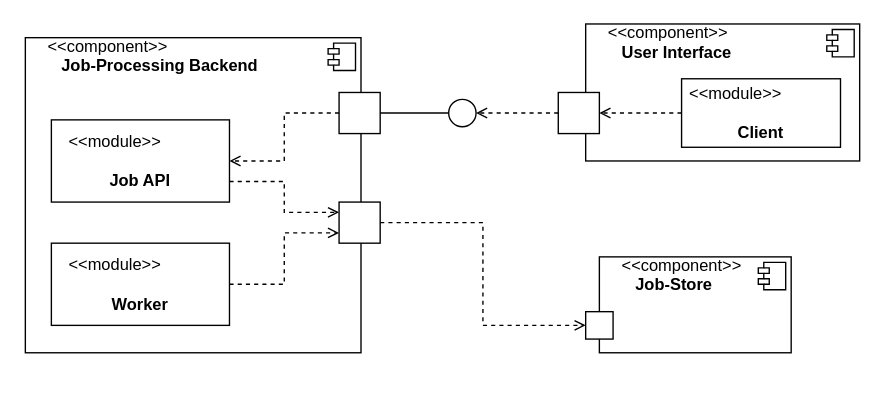
This is Paper/drawio/componentDiagram.drawio from murfei/FaultTolerantJobProcessing, a draw.io file, before an edit. Source tidied: cells renumbered, new cells numbered last; positions are measured from the earlier drawing's top-left corner, leaving out a move shared by most shapes. Both pictures are drawn from the tidied source at 137%, with x=0, y=0 at pixel (25, 23).
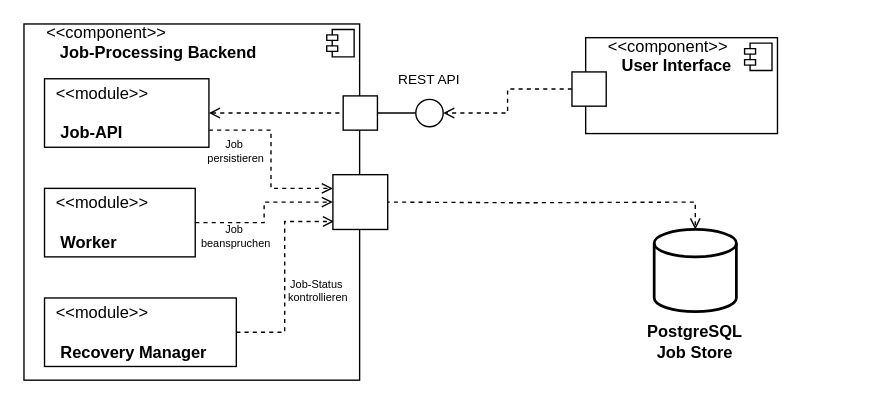
After the change.

Change to the diagram source:
```diff
@@
-    <mxCell id="2" value="&lt;div&gt;&amp;nbsp; &amp;nbsp; &amp;nbsp;&amp;lt;&amp;lt;component&amp;gt;&amp;gt;&lt;/div&gt;&lt;div&gt;&lt;span style=&quot;white-space: pre;&quot;&gt;&#9;&lt;b&gt;User Interface&lt;/b&gt;&#9;&lt;/span&gt;&lt;/div&gt;" style="align=left;overflow=fill;html=1;whiteSpace=wrap;" parent="1" vertex="1">
-      <mxGeometry x="409" width="200" height="100" as="geometry" />
+    <mxCell id="2" value="&lt;div&gt;&amp;nbsp; &amp;nbsp; &amp;nbsp;&amp;lt;&amp;lt;component&amp;gt;&amp;gt;&lt;/div&gt;&lt;div&gt;&lt;span style=&quot;white-space: pre;&quot;&gt;&#9;&lt;b&gt;User Interface&lt;/b&gt;&lt;/span&gt;&lt;/div&gt;" style="align=left;overflow=fill;html=1;whiteSpace=wrap;" parent="1" vertex="1">
+      <mxGeometry x="409" y="10" width="140" height="70" as="geometry" />
     </mxCell>
@@
-    <mxCell id="4" style="edgeStyle=orthogonalEdgeStyle;rounded=0;jettySize=auto;html=1;exitX=0;exitY=0.5;exitDx=0;exitDy=0;entryX=1;entryY=0.5;entryDx=0;entryDy=0;dashed=1;endArrow=open;endFill=0;" parent="1" edge="1" source="5" target="6">
-      <mxGeometry relative="1" as="geometry" />
-    </mxCell>
-    <mxCell id="5" value="&lt;div&gt;&amp;lt;&amp;lt;module&amp;gt;&amp;gt;&amp;nbsp; &amp;nbsp; &amp;nbsp; &amp;nbsp; &amp;nbsp; &amp;nbsp;&lt;/div&gt;&lt;div&gt;&lt;br&gt;&lt;/div&gt;&lt;b&gt;Client&lt;/b&gt;" style="html=1;whiteSpace=wrap;" parent="1" vertex="1">
-      <mxGeometry x="479" y="40" width="116" height="50" as="geometry" />
-    </mxCell>
-    <mxCell id="6" style="fontStyle=0;labelPosition=right;verticalLabelPosition=middle;align=left;verticalAlign=middle;spacingLeft=2;" parent="1" vertex="1">
-      <mxGeometry x="389" y="50" width="30" height="30" as="geometry" />
-    </mxCell>
-    <mxCell id="7" value="&lt;div&gt;&amp;nbsp; &amp;nbsp; &amp;nbsp;&amp;lt;&amp;lt;component&amp;gt;&amp;gt;&lt;/div&gt;&lt;div&gt;&lt;span style=&quot;white-space: pre;&quot;&gt;&#9;&lt;/span&gt;&lt;b&gt;Job-Processing Backend&lt;/b&gt;&lt;/div&gt;" style="align=left;overflow=fill;html=1;whiteSpace=wrap;" parent="1" vertex="1">
-      <mxGeometry y="10" width="245" height="230" as="geometry" />
-    </mxCell>
-    <mxCell id="8" style="shape=component;jettyWidth=8;jettyHeight=4;" parent="7" vertex="1">
-      <mxGeometry x="1" width="20" height="20" relative="1" as="geometry">
-        <mxPoint x="-24" y="4" as="offset" />
-      </mxGeometry>
-    </mxCell>
-    <mxCell id="9" style="html=1;rounded=0;" parent="1" vertex="1">
-      <mxGeometry x="229" y="50" width="30" height="30" as="geometry" />
-    </mxCell>
-    <mxCell id="10" style="endArrow=none;html=1;rounded=0;align=center;verticalAlign=top;endFill=0;labelBackgroundColor=none;endSize=2;" parent="1" edge="1" source="9" target="11">
+    <mxCell id="10" style="endArrow=none;html=1;rounded=0;align=center;verticalAlign=top;endFill=0;labelBackgroundColor=none;endSize=2;exitX=1;exitY=0.5;exitDx=0;exitDy=0;" parent="1" edge="1" source="35" target="11">
       <mxGeometry relative="1" as="geometry" />
     </mxCell>
     <mxCell id="11" style="ellipse;" parent="1" vertex="1">
-      <mxGeometry x="309" y="55" width="20" height="20" as="geometry" />
+      <mxGeometry x="285" y="55" width="20" height="20" as="geometry" />
     </mxCell>
-    <mxCell id="12" style="edgeStyle=orthogonalEdgeStyle;rounded=0;jettySize=auto;html=1;exitX=0;exitY=0.5;exitDx=0;exitDy=0;entryX=1;entryY=0.5;entryDx=0;entryDy=0;dashed=1;endArrow=open;endFill=0;" parent="1" edge="1" source="6" target="11">
+    <mxCell id="12" style="edgeStyle=orthogonalEdgeStyle;rounded=0;jettySize=auto;html=1;exitX=0;exitY=0.5;exitDx=0;exitDy=0;entryX=1;entryY=0.5;entryDx=0;entryDy=0;dashed=1;endArrow=open;endFill=0;" parent="1" edge="1" source="25" target="11">
       <mxGeometry relative="1" as="geometry" />
     </mxCell>
-    <mxCell id="13" value="&lt;div&gt;&amp;lt;&amp;lt;module&amp;gt;&amp;gt;&amp;nbsp; &amp;nbsp; &amp;nbsp; &amp;nbsp; &amp;nbsp; &amp;nbsp;&lt;/div&gt;&lt;div&gt;&lt;br&gt;&lt;/div&gt;&lt;b&gt;Job API&lt;/b&gt;" style="html=1;whiteSpace=wrap;" parent="1" vertex="1">
-      <mxGeometry x="19" y="70" width="130" height="60" as="geometry" />
-    </mxCell>
-    <mxCell id="14" style="edgeStyle=orthogonalEdgeStyle;rounded=0;jettySize=auto;html=1;exitX=0;exitY=0.5;exitDx=0;exitDy=0;entryX=1;entryY=0.5;entryDx=0;entryDy=0;dashed=1;endArrow=open;endFill=0;" parent="1" edge="1" source="9" target="13">
-      <mxGeometry relative="1" as="geometry" />
-    </mxCell>
+    <mxCell id="20" style="edgeStyle=orthogonalEdgeStyle;rounded=0;jettySize=auto;html=1;dashed=1;endArrow=open;endFill=0;entryX=0.5;entryY=0;entryDx=0;entryDy=0;entryPerimeter=0;exitX=1;exitY=0.5;exitDx=0;exitDy=0;" parent="1" edge="1" target="23">
+      <mxGeometry relative="1" as="geometry">
+        <mxPoint x="263" y="130" as="sourcePoint" />
+      </mxGeometry>
+    </mxCell>
+    <mxCell id="23" style="strokeWidth=2;html=1;shape=mxgraph.flowchart.database;whiteSpace=wrap;" parent="1" vertex="1">
+      <mxGeometry x="459" y="150" width="60" height="60" as="geometry" />
+    </mxCell>
+    <mxCell id="24" value="&lt;div&gt;&lt;b&gt;PostgreSQL&lt;/b&gt;&lt;/div&gt;&lt;div&gt;&lt;b&gt;Job Store&lt;/b&gt;&lt;/div&gt;" style="text;html=1;whiteSpace=wrap;strokeColor=none;fillColor=none;align=center;verticalAlign=middle;rounded=0;" parent="1" vertex="1">
+      <mxGeometry x="459" y="217" width="60" height="30" as="geometry" />
+    </mxCell>
+    <mxCell id="25" style="fontStyle=0;labelPosition=right;verticalLabelPosition=middle;align=left;verticalAlign=middle;spacingLeft=2;" parent="1" vertex="1">
+      <mxGeometry x="399" y="35" width="25" height="25" as="geometry" />
+    </mxCell>
+    <mxCell id="26" value="&lt;font style=&quot;font-size: 10px;&quot;&gt;REST API&lt;/font&gt;" style="text;html=1;whiteSpace=wrap;strokeColor=none;fillColor=none;align=center;verticalAlign=middle;rounded=0;" parent="1" vertex="1">
+      <mxGeometry x="265" y="25" width="60" height="30" as="geometry" />
+    </mxCell>
+    <mxCell id="27" style="group;" parent="1" vertex="1">
+      <mxGeometry x="-1" width="270" height="260" as="geometry" />
+    </mxCell>
+    <mxCell id="7" value="&lt;div&gt;&amp;nbsp; &amp;nbsp; &amp;nbsp;&amp;lt;&amp;lt;component&amp;gt;&amp;gt;&lt;/div&gt;&lt;div&gt;&lt;span style=&quot;white-space: pre;&quot;&gt;&#9;&lt;/span&gt;&lt;b&gt;Job-Processing Backend&lt;/b&gt;&lt;/div&gt;" style="align=left;overflow=fill;html=1;whiteSpace=wrap;" parent="27" vertex="1">
+      <mxGeometry width="245" height="260" as="geometry" />
+    </mxCell>
+    <mxCell id="28" style="shape=component;jettyWidth=8;jettyHeight=4;" parent="7" vertex="1">
+      <mxGeometry x="1" width="20" height="20" relative="1" as="geometry">
+        <mxPoint x="-24" y="4" as="offset" />
+      </mxGeometry>
+    </mxCell>
+    <mxCell id="29" style="edgeStyle=orthogonalEdgeStyle;rounded=0;jettySize=auto;html=1;exitX=1;exitY=0.5;exitDx=0;exitDy=0;entryX=0;entryY=0.5;entryDx=0;entryDy=0;startArrow=open;startFill=0;endArrow=none;endFill=0;dashed=1;" parent="27" edge="1" source="31" target="35">
+      <mxGeometry relative="1" as="geometry" />
+    </mxCell>
+    <mxCell id="30" style="edgeStyle=orthogonalEdgeStyle;rounded=0;jettySize=auto;html=1;exitX=1;exitY=0.75;exitDx=0;exitDy=0;entryX=0;entryY=0.25;entryDx=0;entryDy=0;endArrow=open;endFill=0;dashed=1;" parent="27" edge="1" source="31" target="36">
+      <mxGeometry relative="1" as="geometry" />
+    </mxCell>
+    <mxCell id="31" value="&lt;div align=&quot;left&quot;&gt;&amp;nbsp; &amp;lt;&amp;lt;module&amp;gt;&amp;gt;&lt;/div&gt;&lt;div align=&quot;left&quot;&gt;&lt;br&gt;&lt;/div&gt;&lt;div align=&quot;left&quot;&gt;&lt;b&gt;&amp;nbsp; &amp;nbsp;Job-API&lt;/b&gt;&lt;/div&gt;" style="html=1;whiteSpace=wrap;align=left;" parent="27" vertex="1">
+      <mxGeometry x="15" y="40" width="120" height="50" as="geometry" />
+    </mxCell>
+    <mxCell id="32" style="edgeStyle=orthogonalEdgeStyle;rounded=0;jettySize=auto;html=1;exitX=1;exitY=0.5;exitDx=0;exitDy=0;entryX=0;entryY=0.5;entryDx=0;entryDy=0;dashed=1;endArrow=open;endFill=0;" parent="27" edge="1" source="15" target="36">
+      <mxGeometry relative="1" as="geometry" />
+    </mxCell>
-    <mxCell id="15" value="&lt;div&gt;&amp;lt;&amp;lt;module&amp;gt;&amp;gt;&amp;nbsp; &amp;nbsp; &amp;nbsp; &amp;nbsp; &amp;nbsp; &amp;nbsp;&lt;/div&gt;&lt;div&gt;&lt;br&gt;&lt;/div&gt;&lt;b&gt;Worker&lt;/b&gt;" style="html=1;whiteSpace=wrap;" parent="1" vertex="1">
-      <mxGeometry x="19" y="160" width="130" height="60" as="geometry" />
+    <mxCell id="15" value="&lt;div align=&quot;left&quot;&gt;&amp;nbsp; &amp;lt;&amp;lt;module&amp;gt;&amp;gt;&lt;/div&gt;&lt;div align=&quot;left&quot;&gt;&lt;br&gt;&lt;/div&gt;&lt;div align=&quot;left&quot;&gt;&lt;b&gt;&amp;nbsp; &amp;nbsp;Worker&lt;/b&gt;&lt;/div&gt;" style="html=1;whiteSpace=wrap;align=left;" parent="27" vertex="1">
+      <mxGeometry x="15" y="120" width="110" height="50" as="geometry" />
     </mxCell>
-    <mxCell id="16" value="&lt;div&gt;&amp;nbsp; &amp;nbsp; &amp;nbsp;&amp;lt;&amp;lt;component&amp;gt;&amp;gt;&lt;/div&gt;&lt;div&gt;&lt;span style=&quot;white-space: pre;&quot;&gt;&#9;&lt;/span&gt;&lt;b&gt;Job-Store&lt;/b&gt;&lt;/div&gt;" style="align=left;overflow=fill;html=1;whiteSpace=wrap;" parent="1" vertex="1">
-      <mxGeometry x="419" y="170" width="140" height="70" as="geometry" />
-    </mxCell>
-    <mxCell id="17" style="shape=component;jettyWidth=8;jettyHeight=4;" parent="16" vertex="1">
-      <mxGeometry x="1" width="20" height="20" relative="1" as="geometry">
-        <mxPoint x="-24" y="4" as="offset" />
-      </mxGeometry>
-    </mxCell>
-    <mxCell id="18" style="html=1;rounded=0;" parent="1" vertex="1">
-      <mxGeometry x="409" y="210" width="20" height="20" as="geometry" />
-    </mxCell>
-    <mxCell id="19" style="html=1;rounded=0;" parent="1" vertex="1">
-      <mxGeometry x="229" y="130" width="30" height="30" as="geometry" />
-    </mxCell>
-    <mxCell id="20" style="edgeStyle=orthogonalEdgeStyle;rounded=0;jettySize=auto;html=1;exitX=1;exitY=0.5;exitDx=0;exitDy=0;entryX=0;entryY=0.5;entryDx=0;entryDy=0;dashed=1;endArrow=open;endFill=0;" parent="1" edge="1" source="19" target="18">
-      <mxGeometry relative="1" as="geometry" />
-    </mxCell>
-    <mxCell id="21" style="edgeStyle=orthogonalEdgeStyle;rounded=0;jettySize=auto;html=1;exitX=1;exitY=0.75;exitDx=0;exitDy=0;dashed=1;endArrow=open;endFill=0;entryX=0;entryY=0.25;entryDx=0;entryDy=0;" parent="1" edge="1" source="13" target="19">
-      <mxGeometry relative="1" as="geometry" />
-    </mxCell>
-    <mxCell id="22" style="edgeStyle=orthogonalEdgeStyle;rounded=0;jettySize=auto;html=1;exitX=1;exitY=0.5;exitDx=0;exitDy=0;dashed=1;endArrow=open;endFill=0;entryX=0;entryY=0.75;entryDx=0;entryDy=0;" parent="1" edge="1" source="15" target="19">
-      <mxGeometry relative="1" as="geometry" />
-    </mxCell>
+    <mxCell id="33" style="edgeStyle=orthogonalEdgeStyle;rounded=0;jettySize=auto;html=1;exitX=1;exitY=0.5;exitDx=0;exitDy=0;entryX=0.02;entryY=0.854;entryDx=0;entryDy=0;endArrow=open;endFill=0;dashed=1;entryPerimeter=0;" parent="27" edge="1" source="34" target="36">
+      <mxGeometry relative="1" as="geometry" />
+    </mxCell>
+    <mxCell id="34" value="&lt;div align=&quot;left&quot;&gt;&amp;nbsp; &amp;lt;&amp;lt;module&amp;gt;&amp;gt;&lt;/div&gt;&lt;div align=&quot;left&quot;&gt;&lt;br&gt;&lt;/div&gt;&lt;div align=&quot;left&quot;&gt;&lt;b&gt;&amp;nbsp; &amp;nbsp;Recovery Manager&lt;/b&gt;&lt;/div&gt;" style="html=1;whiteSpace=wrap;align=left;" parent="27" vertex="1">
+      <mxGeometry x="15" y="200" width="140" height="50" as="geometry" />
+    </mxCell>
+    <mxCell id="35" style="fontStyle=0;labelPosition=right;verticalLabelPosition=middle;align=left;verticalAlign=middle;spacingLeft=2;" parent="27" vertex="1">
+      <mxGeometry x="233" y="52.5" width="25" height="25" as="geometry" />
+    </mxCell>
+    <mxCell id="36" style="whiteSpace=wrap;html=1;" parent="27" vertex="1">
+      <mxGeometry x="225.5" y="110" width="40" height="40" as="geometry" />
+    </mxCell>
+    <mxCell id="37" value="&lt;div&gt;&lt;font&gt;Job&amp;nbsp;&lt;/font&gt;&lt;/div&gt;&lt;div&gt;&lt;font&gt;persistieren&lt;/font&gt;&lt;/div&gt;" style="text;html=1;whiteSpace=wrap;strokeColor=none;fillColor=none;align=center;verticalAlign=middle;rounded=0;fontSize=8;" parent="27" vertex="1">
+      <mxGeometry x="125" y="77.5" width="60" height="30" as="geometry" />
+    </mxCell>
+    <mxCell id="38" value="&lt;div&gt;&lt;font&gt;Job&amp;nbsp;&lt;/font&gt;&lt;/div&gt;&lt;div&gt;beanspruchen&lt;/div&gt;" style="text;html=1;whiteSpace=wrap;strokeColor=none;fillColor=none;align=center;verticalAlign=middle;rounded=0;fontSize=8;" parent="27" vertex="1">
+      <mxGeometry x="125" y="140" width="60" height="30" as="geometry" />
+    </mxCell>
+    <mxCell id="39" value="&lt;div&gt;&lt;font&gt;Job-Status&amp;nbsp;&lt;/font&gt;&lt;/div&gt;&lt;div&gt;kontrollieren&lt;/div&gt;" style="text;html=1;whiteSpace=wrap;strokeColor=none;fillColor=none;align=center;verticalAlign=middle;rounded=0;fontSize=8;" parent="27" vertex="1">
+      <mxGeometry x="185" y="180" width="60" height="30" as="geometry" />
+    </mxCell>
```
